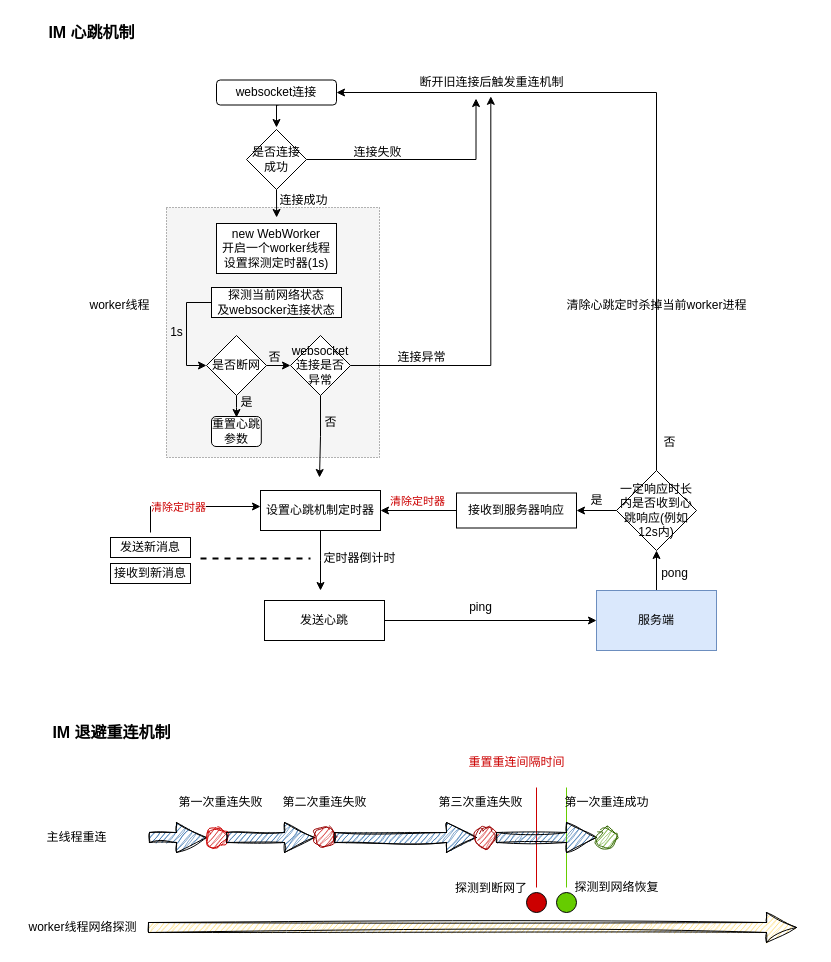
The draw.io diagram IM.drawio in simqifeng/somenote, before the edit. Source tidied: cells renumbered, new cells numbered last; positions are measured from the earlier drawing's top-left corner, leaving out a move shared by most shapes. Both pictures are drawn from the tidied source at 100%, with x=0, y=0 at pixel (17, 17).
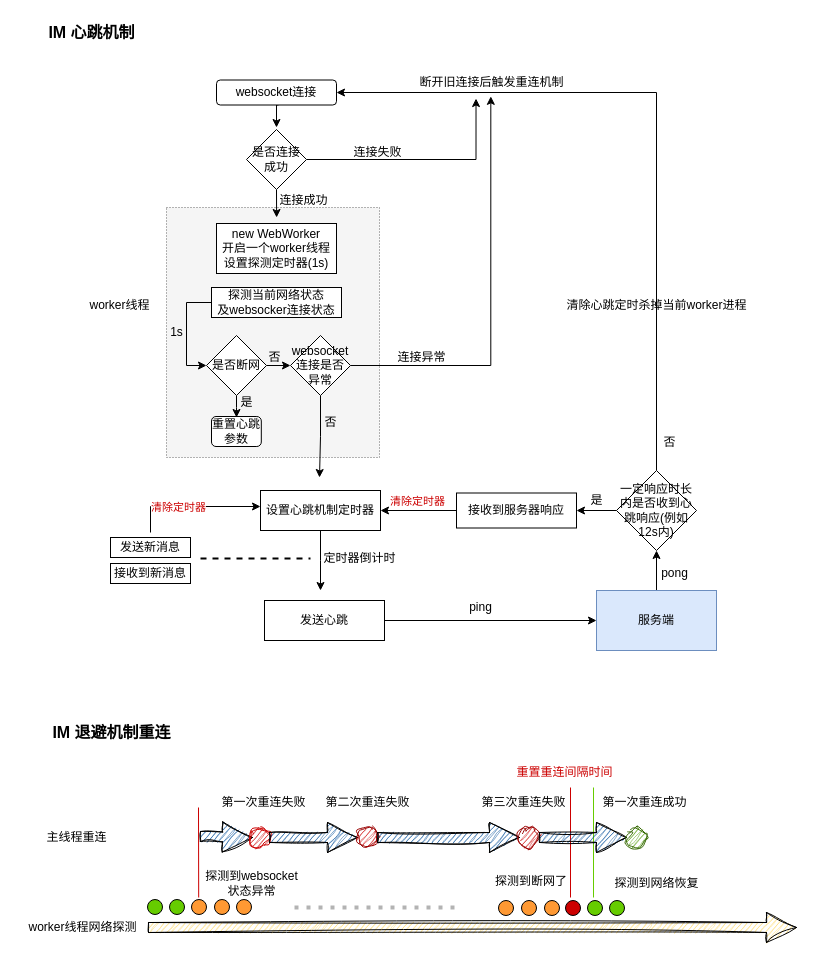
The same page after the edit.

Commit message:
更新IM退避重连机制.drawio

Change to the diagram source:
```diff
@@
     <mxCell id="52" value="第二次重连失败" style="text;html=1;align=center;verticalAlign=middle;strokeColor=none;fillColor=none;" parent="1" vertex="1">
-      <mxGeometry x="252" y="770" width="110" height="30" as="geometry" />
+      <mxGeometry x="295" y="770" width="110" height="30" as="geometry" />
     </mxCell>
     <mxCell id="53" value="第一次重连失败" style="text;html=1;align=center;verticalAlign=middle;strokeColor=none;fillColor=none;" parent="1" vertex="1">
-      <mxGeometry x="148" y="770" width="110" height="30" as="geometry" />
+      <mxGeometry x="191" y="770" width="110" height="30" as="geometry" />
     </mxCell>
     <mxCell id="54" value="第三次重连失败" style="text;html=1;align=center;verticalAlign=middle;strokeColor=none;fillColor=none;" parent="1" vertex="1">
-      <mxGeometry x="408" y="770" width="110" height="30" as="geometry" />
+      <mxGeometry x="451" y="770" width="110" height="30" as="geometry" />
     </mxCell>
-    <mxCell id="55" style="shape=arrow;html=1;rounded=0;fillColor=#004C99;sketch=1;curveFitting=1;jiggle=2;arcSize=12;" parent="1" edge="1" target="56">
+    <mxCell id="55" style="shape=arrow;html=1;rounded=0;fillColor=#004C99;sketch=1;curveFitting=1;jiggle=2;arcSize=12;exitX=1;exitY=0.5;exitDx=0;exitDy=0;" parent="1" edge="1">
       <mxGeometry relative="1" as="geometry">
-        <mxPoint x="132" y="820" as="sourcePoint" />
+        <mxPoint x="183" y="819" as="sourcePoint" />
+        <mxPoint x="235" y="820" as="targetPoint" />
       </mxGeometry>
     </mxCell>
     <mxCell id="56" style="ellipse;whiteSpace=wrap;html=1;fillColor=#CC0000;shadow=0;sketch=1;curveFitting=1;jiggle=2;strokeColor=#CC0000;" parent="1" vertex="1">
-      <mxGeometry x="189" y="810" width="20" height="20" as="geometry" />
+      <mxGeometry x="232" y="810" width="20" height="20" as="geometry" />
     </mxCell>
-    <mxCell id="57" style="shape=arrow;html=1;rounded=0;fillColor=#004C99;arcSize=20;fillOpacity=100;sketch=1;curveFitting=1;jiggle=2;" parent="1" edge="1" source="56" target="58">
-      <mxGeometry relative="1" as="geometry" />
+    <mxCell id="57" style="shape=arrow;html=1;rounded=0;fillColor=#004C99;arcSize=20;fillOpacity=100;sketch=1;curveFitting=1;jiggle=2;" parent="1" edge="1">
+      <mxGeometry relative="1" as="geometry">
+        <mxPoint x="252" y="820" as="sourcePoint" />
+        <mxPoint x="340" y="820" as="targetPoint" />
+      </mxGeometry>
     </mxCell>
     <mxCell id="58" style="ellipse;whiteSpace=wrap;html=1;fillColor=#CC0000;shadow=0;sketch=1;curveFitting=1;jiggle=2;strokeColor=#990000;" parent="1" vertex="1">
-      <mxGeometry x="297" y="810" width="20" height="20" as="geometry" />
+      <mxGeometry x="340" y="810" width="20" height="20" as="geometry" />
     </mxCell>
-    <mxCell id="59" style="shape=arrow;html=1;rounded=0;fillColor=#004C99;arcSize=20;fillOpacity=100;sketch=1;curveFitting=1;jiggle=2;" parent="1" edge="1" source="58" target="60">
-      <mxGeometry relative="1" as="geometry" />
+    <mxCell id="59" style="shape=arrow;html=1;rounded=0;fillColor=#004C99;arcSize=20;fillOpacity=100;sketch=1;curveFitting=1;jiggle=2;" parent="1" edge="1">
+      <mxGeometry relative="1" as="geometry">
+        <mxPoint x="360" y="820" as="sourcePoint" />
+        <mxPoint x="502" y="820" as="targetPoint" />
+      </mxGeometry>
     </mxCell>
     <mxCell id="60" style="ellipse;whiteSpace=wrap;html=1;fillColor=#CC0000;shadow=0;sketch=1;curveFitting=1;jiggle=2;strokeColor=#990000;" parent="1" vertex="1">
-      <mxGeometry x="459" y="810" width="20" height="20" as="geometry" />
+      <mxGeometry x="502" y="810" width="20" height="20" as="geometry" />
     </mxCell>
@@
     <mxCell id="63" style="ellipse;whiteSpace=wrap;html=1;fillColor=#CC0000;" parent="1" vertex="1">
-      <mxGeometry x="509" y="875" width="20" height="20" as="geometry" />
+      <mxGeometry x="548" y="883" width="15" height="15" as="geometry" />
     </mxCell>
     <mxCell id="64" value="探测到断网了" style="text;html=1;strokeColor=none;fillColor=none;align=center;verticalAlign=middle;whiteSpace=wrap;rounded=0;" parent="1" vertex="1">
-      <mxGeometry x="434" y="856" width="80" height="30" as="geometry" />
+      <mxGeometry x="474" y="849" width="80" height="30" as="geometry" />
     </mxCell>
     <mxCell id="65" style="endArrow=none;html=1;rounded=0;strokeColor=#CC0000;" parent="1" edge="1">
       <mxGeometry relative="1" as="geometry">
-        <mxPoint x="519" y="770" as="sourcePoint" />
-        <mxPoint x="519" y="870" as="targetPoint" />
+        <mxPoint x="553" y="770" as="sourcePoint" />
+        <mxPoint x="553" y="880" as="targetPoint" />
       </mxGeometry>
     </mxCell>
     <mxCell id="66" value="重置重连间隔时间" style="text;html=1;align=center;verticalAlign=middle;strokeColor=none;fillColor=none;fontColor=#CC0000;" parent="1" vertex="1">
-      <mxGeometry x="439" y="730" width="120" height="30" as="geometry" />
+      <mxGeometry x="487" y="740" width="120" height="30" as="geometry" />
     </mxCell>
     <mxCell id="67" style="ellipse;whiteSpace=wrap;html=1;fillColor=#66CC00;" parent="1" vertex="1">
-      <mxGeometry x="539" y="875" width="20" height="20" as="geometry" />
+      <mxGeometry x="570" y="883" width="15" height="15" as="geometry" />
     </mxCell>
     <mxCell id="68" value="探测到网络恢复" style="text;html=1;strokeColor=none;fillColor=none;align=center;verticalAlign=middle;whiteSpace=wrap;rounded=0;" parent="1" vertex="1">
-      <mxGeometry x="556" y="855" width="87" height="30" as="geometry" />
+      <mxGeometry x="596" y="851" width="87" height="30" as="geometry" />
     </mxCell>
     <mxCell id="69" style="endArrow=none;html=1;rounded=0;strokeColor=#66CC00;" parent="1" edge="1">
       <mxGeometry relative="1" as="geometry">
-        <mxPoint x="549" y="770" as="sourcePoint" />
-        <mxPoint x="549" y="870" as="targetPoint" />
+        <mxPoint x="576" y="770" as="sourcePoint" />
+        <mxPoint x="576" y="880" as="targetPoint" />
       </mxGeometry>
     </mxCell>
     <mxCell id="70" value="第一次重连成功" style="text;html=1;align=center;verticalAlign=middle;strokeColor=none;fillColor=none;" parent="1" vertex="1">
-      <mxGeometry x="534" y="770" width="110" height="30" as="geometry" />
+      <mxGeometry x="572" y="770" width="110" height="30" as="geometry" />
     </mxCell>
-    <mxCell id="71" style="shape=arrow;html=1;rounded=0;fillColor=#004C99;arcSize=20;fillOpacity=100;sketch=1;curveFitting=1;jiggle=2;" parent="1" edge="1" source="60" target="72">
-      <mxGeometry relative="1" as="geometry" />
+    <mxCell id="71" style="shape=arrow;html=1;rounded=0;fillColor=#004C99;arcSize=20;fillOpacity=100;sketch=1;curveFitting=1;jiggle=2;entryX=0;entryY=0.5;entryDx=0;entryDy=0;" parent="1" edge="1" target="72">
+      <mxGeometry relative="1" as="geometry">
+        <mxPoint x="522" y="820" as="sourcePoint" />
+      </mxGeometry>
     </mxCell>
     <mxCell id="72" style="ellipse;whiteSpace=wrap;html=1;fillColor=#4D9900;sketch=1;curveFitting=1;jiggle=2;strokeColor=#336600;" parent="1" vertex="1">
-      <mxGeometry x="579" y="810" width="20" height="20" as="geometry" />
+      <mxGeometry x="609" y="810" width="20" height="20" as="geometry" />
     </mxCell>
@@
-    <mxCell id="74" value="IM 退避重连机制" style="text;html=1;align=center;verticalAlign=middle;strokeColor=none;fillColor=none;fontSize=16;fontStyle=1;" parent="1" vertex="1">
+    <mxCell id="74" value="IM 退避机制重连" style="text;html=1;align=center;verticalAlign=middle;strokeColor=none;fillColor=none;fontSize=16;fontStyle=1;" parent="1" vertex="1">
       <mxGeometry x="24" y="700" width="140" height="30" as="geometry" />
     </mxCell>
+    <mxCell id="75" style="ellipse;whiteSpace=wrap;html=1;fillColor=#FF9933;" parent="1" vertex="1">
+      <mxGeometry x="527" y="883" width="15" height="15" as="geometry" />
+    </mxCell>
+    <mxCell id="76" style="ellipse;whiteSpace=wrap;html=1;fillColor=#FF9933;" parent="1" vertex="1">
+      <mxGeometry x="504" y="883" width="15" height="15" as="geometry" />
+    </mxCell>
+    <mxCell id="77" style="ellipse;whiteSpace=wrap;html=1;fillColor=#66CC00;" parent="1" vertex="1">
+      <mxGeometry x="592" y="883" width="15" height="15" as="geometry" />
+    </mxCell>
+    <mxCell id="78" style="ellipse;whiteSpace=wrap;html=1;fillColor=#FF9933;" parent="1" vertex="1">
+      <mxGeometry x="481" y="883" width="15" height="15" as="geometry" />
+    </mxCell>
+    <mxCell id="79" style="ellipse;whiteSpace=wrap;html=1;fillColor=#FF9933;" parent="1" vertex="1">
+      <mxGeometry x="197" y="882" width="15" height="15" as="geometry" />
+    </mxCell>
+    <mxCell id="80" style="ellipse;whiteSpace=wrap;html=1;fillColor=#FF9933;" parent="1" vertex="1">
+      <mxGeometry x="219" y="882" width="15" height="15" as="geometry" />
+    </mxCell>
+    <mxCell id="81" style="line;strokeWidth=4;html=1;perimeter=backbonePerimeter;strokeColor=#B3B3B3;dashed=1;dashPattern=1 2;" parent="1" vertex="1">
+      <mxGeometry x="277" y="885" width="160" height="10" as="geometry" />
+    </mxCell>
+    <mxCell id="82" style="endArrow=none;html=1;rounded=0;strokeColor=#CC0000;" parent="1" edge="1">
+      <mxGeometry relative="1" as="geometry">
+        <mxPoint x="181" y="790" as="sourcePoint" />
+        <mxPoint x="181.2" y="880" as="targetPoint" />
+      </mxGeometry>
+    </mxCell>
+    <mxCell id="83" style="ellipse;whiteSpace=wrap;html=1;fillColor=#66CC00;" parent="1" vertex="1">
+      <mxGeometry x="152" y="882" width="15" height="15" as="geometry" />
+    </mxCell>
+    <mxCell id="84" style="ellipse;whiteSpace=wrap;html=1;fillColor=#FF9933;" parent="1" vertex="1">
+      <mxGeometry x="174" y="882" width="15" height="15" as="geometry" />
+    </mxCell>
+    <mxCell id="85" style="ellipse;whiteSpace=wrap;html=1;fillColor=#66CC00;" parent="1" vertex="1">
+      <mxGeometry x="130" y="882" width="15" height="15" as="geometry" />
+    </mxCell>
+    <mxCell id="86" value="探测到websocket状态异常" style="text;html=1;strokeColor=none;fillColor=none;align=center;verticalAlign=middle;whiteSpace=wrap;rounded=0;" parent="1" vertex="1">
+      <mxGeometry x="182.5" y="851" width="102.5" height="30" as="geometry" />
+    </mxCell>
```
